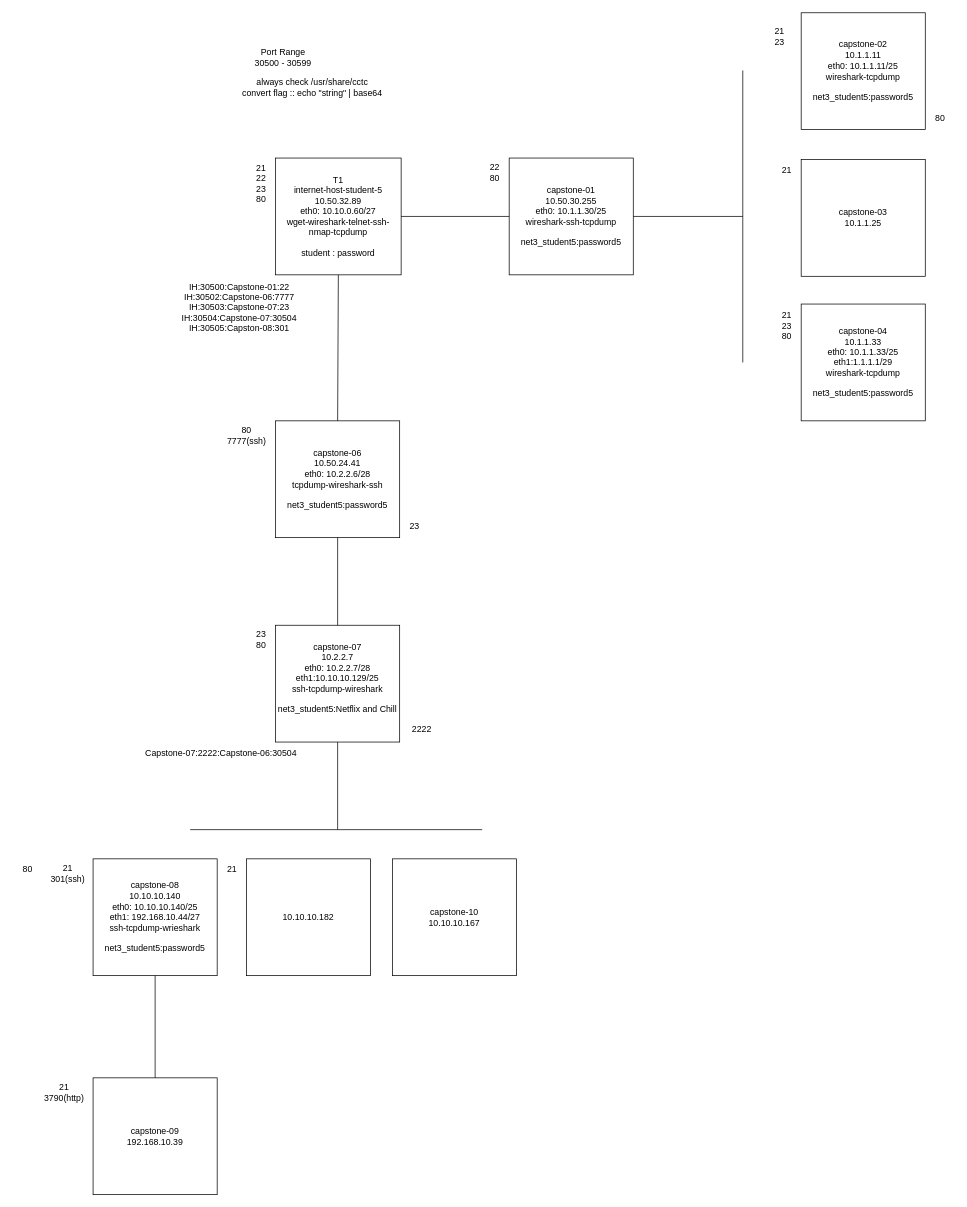
TheWaltuh/COSC-Notes keeps this draw.io diagram as page "Page-5" (5 of 5) of Networking/Greenberg/Network Map.drawio. Above is the earlier version. Source tidied: cells renumbered, new cells numbered last; positions are measured from the earlier drawing's top-left corner, leaving out a move shared by most shapes. Both pictures are drawn from the tidied source at 73%, with x=0, y=0 at pixel (12, 12).
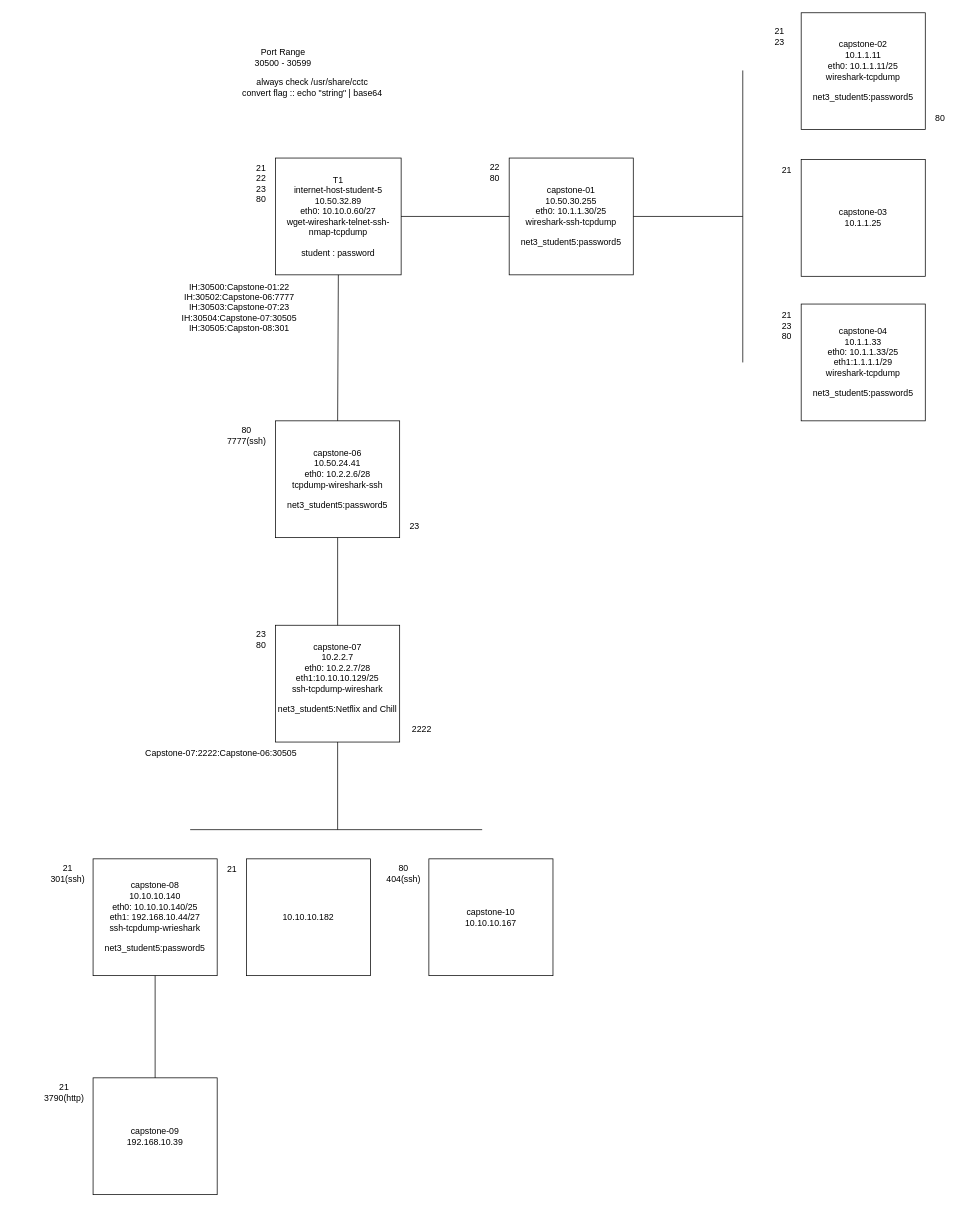
The same page after the edit.

The edit, as a diff of the source:
```diff
@@
-    <mxCell id="12" value="&lt;div&gt;IH:30500:Capstone-01:22&lt;/div&gt;&lt;div&gt;IH:30502:Capstone-06:7777&lt;/div&gt;&lt;div&gt;IH:30503:Capstone-07:23&lt;/div&gt;&lt;div&gt;IH:30504:Capstone-07:30504&lt;/div&gt;&lt;div&gt;IH:30505:Capston-08:301&lt;br&gt;&lt;/div&gt;" style="text;html=1;align=center;verticalAlign=middle;strokeColor=none;fillColor=none;" parent="1" vertex="1">
+    <mxCell id="12" value="&lt;div&gt;IH:30500:Capstone-01:22&lt;/div&gt;&lt;div&gt;IH:30502:Capstone-06:7777&lt;/div&gt;&lt;div&gt;IH:30503:Capstone-07:23&lt;/div&gt;&lt;div&gt;IH:30504:Capstone-07:30505&lt;/div&gt;&lt;div&gt;IH:30505:Capston-08:301&lt;br&gt;&lt;/div&gt;" style="text;html=1;align=center;verticalAlign=middle;strokeColor=none;fillColor=none;" parent="1" vertex="1">
       <mxGeometry x="220" y="359" width="180" height="90" as="geometry" />
     </mxCell>
@@
-    <mxCell id="29" value="Capstone-07:2222:Capstone-06:30504" style="text;html=1;align=center;verticalAlign=middle;strokeColor=none;fillColor=none;" parent="1" vertex="1">
+    <mxCell id="29" value="Capstone-07:2222:Capstone-06:30505" style="text;html=1;align=center;verticalAlign=middle;strokeColor=none;fillColor=none;" parent="1" vertex="1">
       <mxGeometry x="170" y="999" width="230" height="30" as="geometry" />
     </mxCell>
@@
     <mxCell id="37" value="&lt;div&gt;capstone-10&lt;br&gt;&lt;/div&gt;&lt;div&gt;10.10.10.167&lt;/div&gt;" style="whiteSpace=wrap;html=1;" parent="1" vertex="1">
-      <mxGeometry x="520" y="1159" width="170" height="160" as="geometry" />
+      <mxGeometry x="570" y="1159" width="170" height="160" as="geometry" />
     </mxCell>
-    <mxCell id="38" value="80" style="text;html=1;align=center;verticalAlign=middle;strokeColor=none;fillColor=none;" parent="1" vertex="1">
-      <mxGeometry y="1159" width="40" height="30" as="geometry" />
+    <mxCell id="38" value="&lt;div&gt;80&lt;/div&gt;&lt;div&gt;404(ssh)&lt;br&gt;&lt;/div&gt;" style="text;html=1;align=center;verticalAlign=middle;strokeColor=none;fillColor=none;" parent="1" vertex="1">
+      <mxGeometry x="500" y="1159" width="70" height="40" as="geometry" />
     </mxCell>
```
